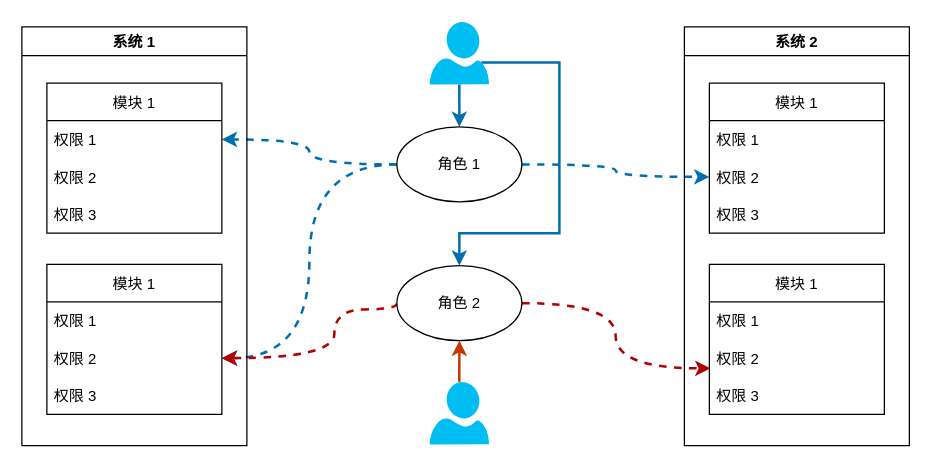
Above: Draw/ATS/Authority.drawio in huangjia2107/DrawOnline (draw.io), before the change. Source tidied: cells renumbered, new cells numbered last; positions are measured from the earlier drawing's top-left corner, leaving out a move shared by most shapes. Both pictures are drawn from the tidied source at 125%, with x=0, y=0 at pixel (21, 21).
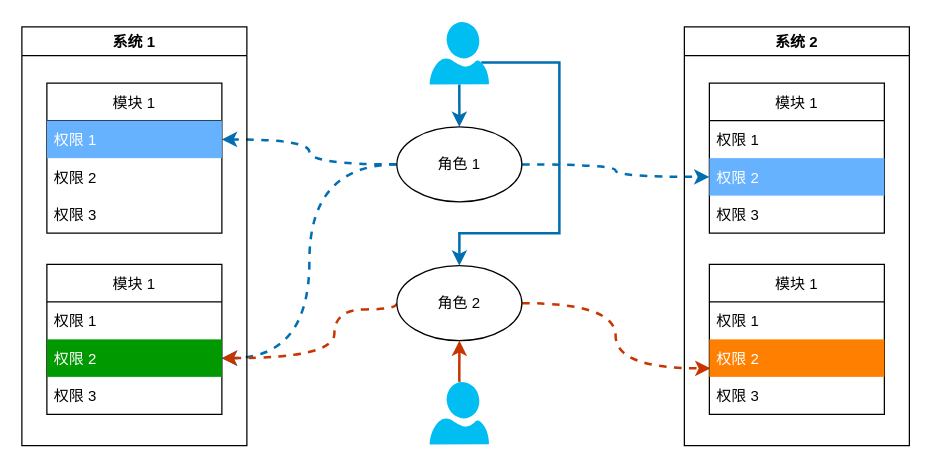
After the change.

Unchanged cells that the change refers to:
```xml
<mxCell id="13" value="角色 2" style="ellipse;whiteSpace=wrap;html=1;" parent="1" vertex="1">
  <mxGeometry x="300" y="195" width="100" height="60" as="geometry" />
</mxCell>
<mxCell id="15" value="模块 1" style="swimlane;fontStyle=0;horizontal=1;startSize=30;" parent="14" vertex="1">
  <mxGeometry x="20" y="45" width="140" height="120" as="geometry" />
</mxCell>
<mxCell id="19" value="模块 1" style="swimlane;fontStyle=0;horizontal=1;startSize=30;" parent="14" vertex="1">
  <mxGeometry x="20" y="190" width="140" height="120" as="geometry" />
</mxCell>
<mxCell id="24" value="模块 1" style="swimlane;fontStyle=0;horizontal=1;startSize=30;" parent="23" vertex="1">
  <mxGeometry x="20" y="45" width="140" height="120" as="geometry" />
</mxCell>
<mxCell id="28" value="模块 1" style="swimlane;fontStyle=0;horizontal=1;startSize=30;" parent="23" vertex="1">
  <mxGeometry x="20" y="190" width="140" height="120" as="geometry" />
</mxCell>
```

The edit, as a diff of the source:
```diff
@@
-    <mxCell id="11" style="edgeStyle=orthogonalEdgeStyle;curved=1;rounded=0;jettySize=auto;html=1;exitX=1;exitY=0.5;exitDx=0;exitDy=0;entryX=0.006;entryY=0.773;entryDx=0;entryDy=0;entryPerimeter=0;strokeColor=#B20000;strokeWidth=2;fillColor=#e51400;dashed=1;" parent="1" edge="1" source="13" target="30">
+    <mxCell id="11" style="edgeStyle=orthogonalEdgeStyle;curved=1;rounded=0;jettySize=auto;html=1;exitX=1;exitY=0.5;exitDx=0;exitDy=0;entryX=0.006;entryY=0.773;entryDx=0;entryDy=0;entryPerimeter=0;strokeColor=#C73500;strokeWidth=2;fillColor=#fa6800;dashed=1;" parent="1" edge="1" source="13" target="30">
       <mxGeometry relative="1" as="geometry" />
     </mxCell>
-    <mxCell id="12" style="edgeStyle=orthogonalEdgeStyle;curved=1;rounded=0;jettySize=auto;html=1;exitX=0;exitY=0.5;exitDx=0;exitDy=0;entryX=1;entryY=0.5;entryDx=0;entryDy=0;dashed=1;strokeColor=#B20000;strokeWidth=2;fillColor=#e51400;" parent="1" edge="1" source="13" target="21">
+    <mxCell id="12" style="edgeStyle=orthogonalEdgeStyle;curved=1;rounded=0;jettySize=auto;html=1;exitX=0;exitY=0.5;exitDx=0;exitDy=0;entryX=1;entryY=0.5;entryDx=0;entryDy=0;dashed=1;strokeColor=#C73500;strokeWidth=2;fillColor=#fa6800;" parent="1" edge="1" source="13" target="21">
       <mxGeometry relative="1" as="geometry">
         <Array as="points">
           <mxPoint x="300" y="230" />
           <mxPoint x="250" y="230" />
           <mxPoint x="250" y="269" />
         </Array>
       </mxGeometry>
     </mxCell>
@@
-    <mxCell id="16" value="权限 1" style="text;strokeColor=none;fillColor=none;align=left;verticalAlign=middle;spacingLeft=4;spacingRight=4;overflow=hidden;points=[[0,0.5],[1,0.5]];portConstraint=eastwest;" parent="15" vertex="1">
+    <mxCell id="16" value="权限 1" style="text;strokeColor=none;fillColor=#66B2FF;align=left;verticalAlign=middle;spacingLeft=4;spacingRight=4;overflow=hidden;points=[[0,0.5],[1,0.5]];portConstraint=eastwest;fontColor=#FFFFFF;" parent="15" vertex="1">
       <mxGeometry y="30" width="140" height="30" as="geometry" />
     </mxCell>
@@
-    <mxCell id="21" value="权限 2" style="text;strokeColor=none;fillColor=none;align=left;verticalAlign=middle;spacingLeft=4;spacingRight=4;overflow=hidden;points=[[0,0.5],[1,0.5]];portConstraint=eastwest;" parent="19" vertex="1">
+    <mxCell id="21" value="权限 2" style="text;strokeColor=none;fillColor=#009900;align=left;verticalAlign=middle;spacingLeft=4;spacingRight=4;overflow=hidden;points=[[0,0.5],[1,0.5]];portConstraint=eastwest;fontColor=#FFFFFF;" parent="19" vertex="1">
       <mxGeometry y="60" width="140" height="30" as="geometry" />
     </mxCell>
@@
-    <mxCell id="26" value="权限 2" style="text;strokeColor=none;fillColor=none;align=left;verticalAlign=middle;spacingLeft=4;spacingRight=4;overflow=hidden;points=[[0,0.5],[1,0.5]];portConstraint=eastwest;" parent="24" vertex="1">
+    <mxCell id="26" value="权限 2" style="text;strokeColor=none;fillColor=#66B2FF;align=left;verticalAlign=middle;spacingLeft=4;spacingRight=4;overflow=hidden;points=[[0,0.5],[1,0.5]];portConstraint=eastwest;fontColor=#FFFFFF;" parent="24" vertex="1">
       <mxGeometry y="60" width="140" height="30" as="geometry" />
     </mxCell>
@@
-    <mxCell id="30" value="权限 2" style="text;strokeColor=none;fillColor=none;align=left;verticalAlign=middle;spacingLeft=4;spacingRight=4;overflow=hidden;points=[[0,0.5],[1,0.5]];portConstraint=eastwest;" parent="28" vertex="1">
+    <mxCell id="30" value="权限 2" style="text;strokeColor=none;fillColor=#FF8000;align=left;verticalAlign=middle;spacingLeft=4;spacingRight=4;overflow=hidden;points=[[0,0.5],[1,0.5]];portConstraint=eastwest;fontColor=#FFFFFF;" parent="28" vertex="1">
       <mxGeometry y="60" width="140" height="30" as="geometry" />
     </mxCell>
```
